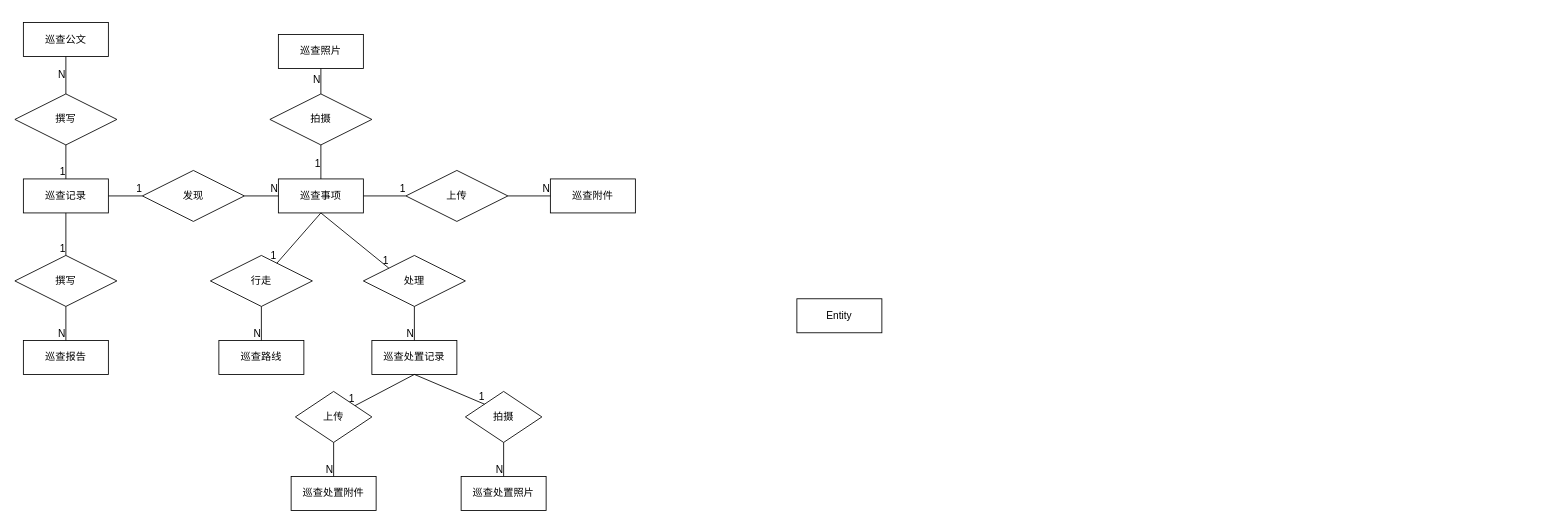
This is file/szzfer.drawio from DORcode/admin-demo, a draw.io file, before an edit. Source tidied: cells renumbered, new cells numbered last; positions are measured from the earlier drawing's top-left corner, leaving out a move shared by most shapes. Both pictures are drawn from the tidied source at 85%, with x=0, y=0 at pixel (14, 22).
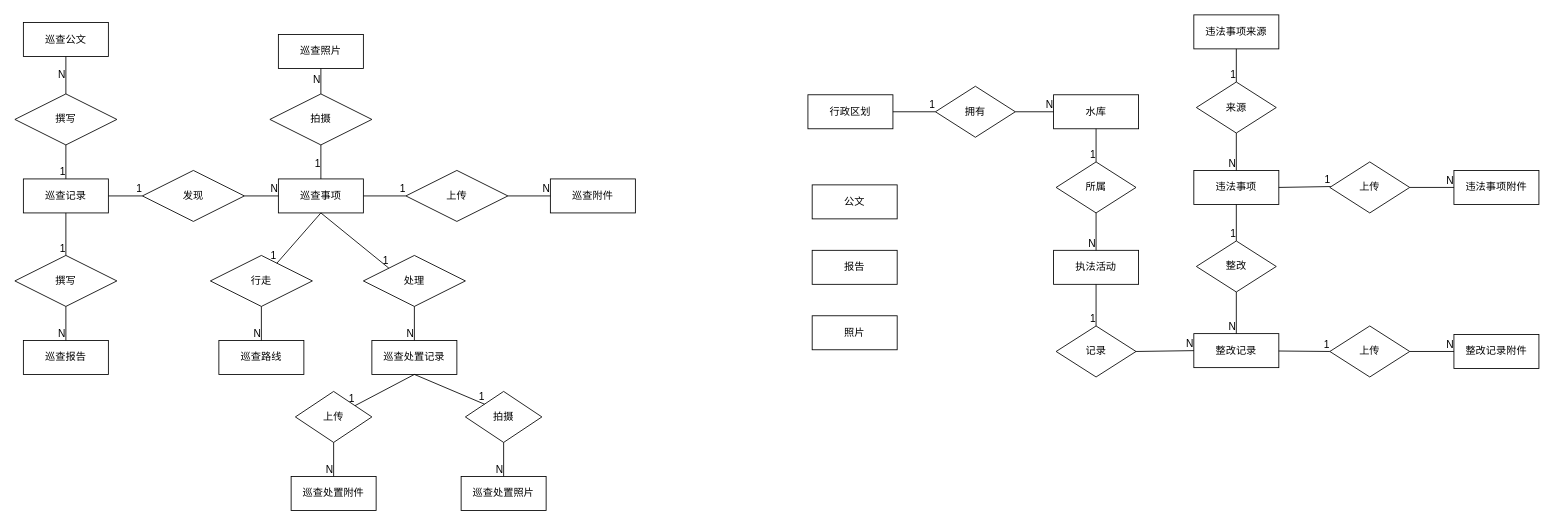
The same page after the edit.

What changed in the source:
```diff
@@
-    <mxCell id="57" value="Entity" style="whiteSpace=wrap;html=1;align=center;" parent="1" vertex="1">
-      <mxGeometry x="920" y="325" width="100" height="40" as="geometry" />
+    <mxCell id="57" value="执法活动" style="whiteSpace=wrap;html=1;align=center;fontFamily=仿宋;" parent="1" vertex="1">
+      <mxGeometry x="1222" y="268" width="100" height="40" as="geometry" />
     </mxCell>
+    <mxCell id="58" value="违法事项" style="whiteSpace=wrap;html=1;align=center;fontFamily=仿宋;" parent="1" vertex="1">
+      <mxGeometry x="1387" y="174" width="100" height="40" as="geometry" />
+    </mxCell>
+    <mxCell id="59" value="整改记录" style="whiteSpace=wrap;html=1;align=center;fontFamily=仿宋;" parent="1" vertex="1">
+      <mxGeometry x="1387" y="366" width="100" height="40" as="geometry" />
+    </mxCell>
+    <mxCell id="60" value="公文" style="whiteSpace=wrap;html=1;align=center;fontFamily=仿宋;" parent="1" vertex="1">
+      <mxGeometry x="938" y="191" width="100" height="40" as="geometry" />
+    </mxCell>
+    <mxCell id="61" value="报告" style="whiteSpace=wrap;html=1;align=center;fontFamily=仿宋;" parent="1" vertex="1">
+      <mxGeometry x="938" y="268" width="100" height="40" as="geometry" />
+    </mxCell>
+    <mxCell id="62" value="照片" style="whiteSpace=wrap;html=1;align=center;fontFamily=仿宋;" parent="1" vertex="1">
+      <mxGeometry x="938" y="345" width="100" height="40" as="geometry" />
+    </mxCell>
+    <mxCell id="63" value="违法事项附件" style="whiteSpace=wrap;html=1;align=center;fontFamily=仿宋;" parent="1" vertex="1">
+      <mxGeometry x="1693" y="174" width="100" height="40" as="geometry" />
+    </mxCell>
+    <mxCell id="64" value="整改记录附件" style="whiteSpace=wrap;html=1;align=center;fontFamily=仿宋;" parent="1" vertex="1">
+      <mxGeometry x="1693" y="367" width="100" height="40" as="geometry" />
+    </mxCell>
+    <mxCell id="65" value="水库" style="whiteSpace=wrap;html=1;align=center;fontFamily=仿宋;" parent="1" vertex="1">
+      <mxGeometry x="1222" y="85" width="100" height="40" as="geometry" />
+    </mxCell>
+    <mxCell id="66" value="行政区划" style="whiteSpace=wrap;html=1;align=center;fontFamily=仿宋;" parent="1" vertex="1">
+      <mxGeometry x="933" y="85" width="100" height="40" as="geometry" />
+    </mxCell>
+    <mxCell id="67" value="违法事项来源" style="whiteSpace=wrap;html=1;align=center;fontFamily=仿宋;" parent="1" vertex="1">
+      <mxGeometry x="1387" y="-9" width="100" height="40" as="geometry" />
+    </mxCell>
+    <mxCell id="68" value="所属" style="shape=rhombus;perimeter=rhombusPerimeter;whiteSpace=wrap;html=1;align=center;fontFamily=仿宋;" parent="1" vertex="1">
+      <mxGeometry x="1225" y="164" width="94" height="60" as="geometry" />
+    </mxCell>
+    <mxCell id="69" style="endArrow=none;html=1;rounded=0;exitX=0.5;exitY=1;exitDx=0;exitDy=0;entryX=0.5;entryY=0;entryDx=0;entryDy=0;fontFamily=仿宋;" parent="1" edge="1" source="65" target="68">
+      <mxGeometry relative="1" as="geometry" />
+    </mxCell>
+    <mxCell id="70" value="1" style="html=1;align=right;verticalAlign=bottom;fontFamily=仿宋;" parent="69" vertex="1">
+      <mxGeometry x="1" relative="1" as="geometry" />
+    </mxCell>
+    <mxCell id="71" style="endArrow=none;html=1;rounded=0;exitX=0.5;exitY=1;exitDx=0;exitDy=0;fontFamily=仿宋;" parent="1" edge="1" source="68" target="57">
+      <mxGeometry relative="1" as="geometry" />
+    </mxCell>
+    <mxCell id="72" value="N" style="html=1;align=right;verticalAlign=bottom;fontFamily=仿宋;" parent="71" vertex="1">
+      <mxGeometry x="1" relative="1" as="geometry" />
+    </mxCell>
+    <mxCell id="73" value="来源" style="shape=rhombus;perimeter=rhombusPerimeter;whiteSpace=wrap;html=1;align=center;fontFamily=仿宋;" parent="1" vertex="1">
+      <mxGeometry x="1390" y="70" width="94" height="60" as="geometry" />
+    </mxCell>
+    <mxCell id="74" style="endArrow=none;html=1;rounded=0;exitX=0.5;exitY=1;exitDx=0;exitDy=0;fontFamily=仿宋;" parent="1" edge="1" source="67" target="73">
+      <mxGeometry relative="1" as="geometry" />
+    </mxCell>
+    <mxCell id="75" value="1" style="html=1;align=right;verticalAlign=bottom;fontFamily=仿宋;" parent="74" vertex="1">
+      <mxGeometry x="1" relative="1" as="geometry" />
+    </mxCell>
+    <mxCell id="76" style="endArrow=none;html=1;rounded=0;exitX=0.5;exitY=1;exitDx=0;exitDy=0;fontFamily=仿宋;" parent="1" edge="1" source="73" target="58">
+      <mxGeometry relative="1" as="geometry" />
+    </mxCell>
+    <mxCell id="77" value="N" style="html=1;align=right;verticalAlign=bottom;fontFamily=仿宋;" parent="76" vertex="1">
+      <mxGeometry x="1" relative="1" as="geometry" />
+    </mxCell>
+    <mxCell id="78" value="整改" style="shape=rhombus;perimeter=rhombusPerimeter;whiteSpace=wrap;html=1;align=center;fontFamily=仿宋;" parent="1" vertex="1">
+      <mxGeometry x="1390" y="257" width="94" height="60" as="geometry" />
+    </mxCell>
+    <mxCell id="79" style="endArrow=none;html=1;rounded=0;exitX=0.5;exitY=1;exitDx=0;exitDy=0;fontFamily=仿宋;" parent="1" edge="1" source="58" target="78">
+      <mxGeometry relative="1" as="geometry" />
+    </mxCell>
+    <mxCell id="80" value="1" style="html=1;align=right;verticalAlign=bottom;fontFamily=仿宋;" parent="79" vertex="1">
+      <mxGeometry x="1" relative="1" as="geometry" />
+    </mxCell>
+    <mxCell id="81" style="endArrow=none;html=1;rounded=0;exitX=0.5;exitY=1;exitDx=0;exitDy=0;entryX=0.5;entryY=0;entryDx=0;entryDy=0;fontFamily=仿宋;" parent="1" edge="1" source="78" target="59">
+      <mxGeometry relative="1" as="geometry" />
+    </mxCell>
+    <mxCell id="82" value="N" style="html=1;align=right;verticalAlign=bottom;fontFamily=仿宋;" parent="81" vertex="1">
+      <mxGeometry x="1" relative="1" as="geometry" />
+    </mxCell>
+    <mxCell id="83" value="上传" style="shape=rhombus;perimeter=rhombusPerimeter;whiteSpace=wrap;html=1;align=center;fontFamily=仿宋;" parent="1" vertex="1">
+      <mxGeometry x="1547" y="164" width="94" height="60" as="geometry" />
+    </mxCell>
+    <mxCell id="84" style="endArrow=none;html=1;rounded=0;exitX=1;exitY=0.5;exitDx=0;exitDy=0;entryX=0.011;entryY=0.483;entryDx=0;entryDy=0;entryPerimeter=0;fontFamily=仿宋;" parent="1" edge="1" source="58" target="83">
+      <mxGeometry relative="1" as="geometry" />
+    </mxCell>
+    <mxCell id="85" value="1" style="html=1;align=right;verticalAlign=bottom;fontFamily=仿宋;" parent="84" vertex="1">
+      <mxGeometry x="1" relative="1" as="geometry" />
+    </mxCell>
+    <mxCell id="86" style="endArrow=none;html=1;rounded=0;exitX=1;exitY=0.5;exitDx=0;exitDy=0;entryX=0;entryY=0.5;entryDx=0;entryDy=0;fontFamily=仿宋;" parent="1" edge="1" source="83" target="63">
+      <mxGeometry relative="1" as="geometry" />
+    </mxCell>
+    <mxCell id="87" value="N" style="html=1;align=right;verticalAlign=bottom;fontFamily=仿宋;" parent="86" vertex="1">
+      <mxGeometry x="1" relative="1" as="geometry" />
+    </mxCell>
+    <mxCell id="88" value="上传" style="shape=rhombus;perimeter=rhombusPerimeter;whiteSpace=wrap;html=1;align=center;fontFamily=仿宋;" parent="1" vertex="1">
+      <mxGeometry x="1547" y="357" width="94" height="60" as="geometry" />
+    </mxCell>
+    <mxCell id="89" style="endArrow=none;html=1;rounded=0;entryX=0;entryY=0.5;entryDx=0;entryDy=0;fontFamily=仿宋;" parent="1" edge="1" source="59" target="88">
+      <mxGeometry relative="1" as="geometry" />
+    </mxCell>
+    <mxCell id="90" value="1" style="html=1;align=right;verticalAlign=bottom;fontFamily=仿宋;" parent="89" vertex="1">
+      <mxGeometry x="1" relative="1" as="geometry" />
+    </mxCell>
+    <mxCell id="91" style="endArrow=none;html=1;rounded=0;exitX=1;exitY=0.5;exitDx=0;exitDy=0;entryX=0;entryY=0.5;entryDx=0;entryDy=0;fontFamily=仿宋;" parent="1" edge="1" source="88" target="64">
+      <mxGeometry relative="1" as="geometry" />
+    </mxCell>
+    <mxCell id="92" value="N" style="html=1;align=right;verticalAlign=bottom;fontFamily=仿宋;" parent="91" vertex="1">
+      <mxGeometry x="1" relative="1" as="geometry" />
+    </mxCell>
+    <mxCell id="93" value="拥有" style="shape=rhombus;perimeter=rhombusPerimeter;whiteSpace=wrap;html=1;align=center;fontFamily=仿宋;" parent="1" vertex="1">
+      <mxGeometry x="1083" y="75" width="94" height="60" as="geometry" />
+    </mxCell>
+    <mxCell id="94" style="endArrow=none;html=1;rounded=0;exitX=1;exitY=0.5;exitDx=0;exitDy=0;fontFamily=仿宋;" parent="1" edge="1" source="66" target="93">
+      <mxGeometry relative="1" as="geometry" />
+    </mxCell>
+    <mxCell id="95" value="1" style="html=1;align=right;verticalAlign=bottom;fontFamily=仿宋;" parent="94" vertex="1">
+      <mxGeometry x="1" relative="1" as="geometry" />
+    </mxCell>
+    <mxCell id="96" style="endArrow=none;html=1;rounded=0;exitX=1;exitY=0.5;exitDx=0;exitDy=0;entryX=0;entryY=0.5;entryDx=0;entryDy=0;fontFamily=仿宋;" parent="1" edge="1" source="93" target="65">
+      <mxGeometry relative="1" as="geometry" />
+    </mxCell>
+    <mxCell id="97" value="N" style="html=1;align=right;verticalAlign=bottom;fontFamily=仿宋;" parent="96" vertex="1">
+      <mxGeometry x="1" relative="1" as="geometry" />
+    </mxCell>
+    <mxCell id="98" value="记录" style="shape=rhombus;perimeter=rhombusPerimeter;whiteSpace=wrap;html=1;align=center;fontFamily=仿宋;" parent="1" vertex="1">
+      <mxGeometry x="1225" y="357" width="94" height="60" as="geometry" />
+    </mxCell>
+    <mxCell id="99" style="endArrow=none;html=1;rounded=0;exitX=0.5;exitY=1;exitDx=0;exitDy=0;entryX=0.5;entryY=0;entryDx=0;entryDy=0;fontFamily=仿宋;" parent="1" edge="1" source="57" target="98">
+      <mxGeometry relative="1" as="geometry" />
+    </mxCell>
+    <mxCell id="100" value="1" style="html=1;align=right;verticalAlign=bottom;fontFamily=仿宋;" parent="99" vertex="1">
+      <mxGeometry x="1" relative="1" as="geometry" />
+    </mxCell>
+    <mxCell id="101" style="endArrow=none;html=1;rounded=0;exitX=1;exitY=0.5;exitDx=0;exitDy=0;entryX=0;entryY=0.5;entryDx=0;entryDy=0;fontFamily=仿宋;" parent="1" edge="1" source="98" target="59">
+      <mxGeometry relative="1" as="geometry" />
+    </mxCell>
+    <mxCell id="102" value="N" style="html=1;align=right;verticalAlign=bottom;fontFamily=仿宋;" parent="101" vertex="1">
+      <mxGeometry x="1" relative="1" as="geometry" />
+    </mxCell>
```
